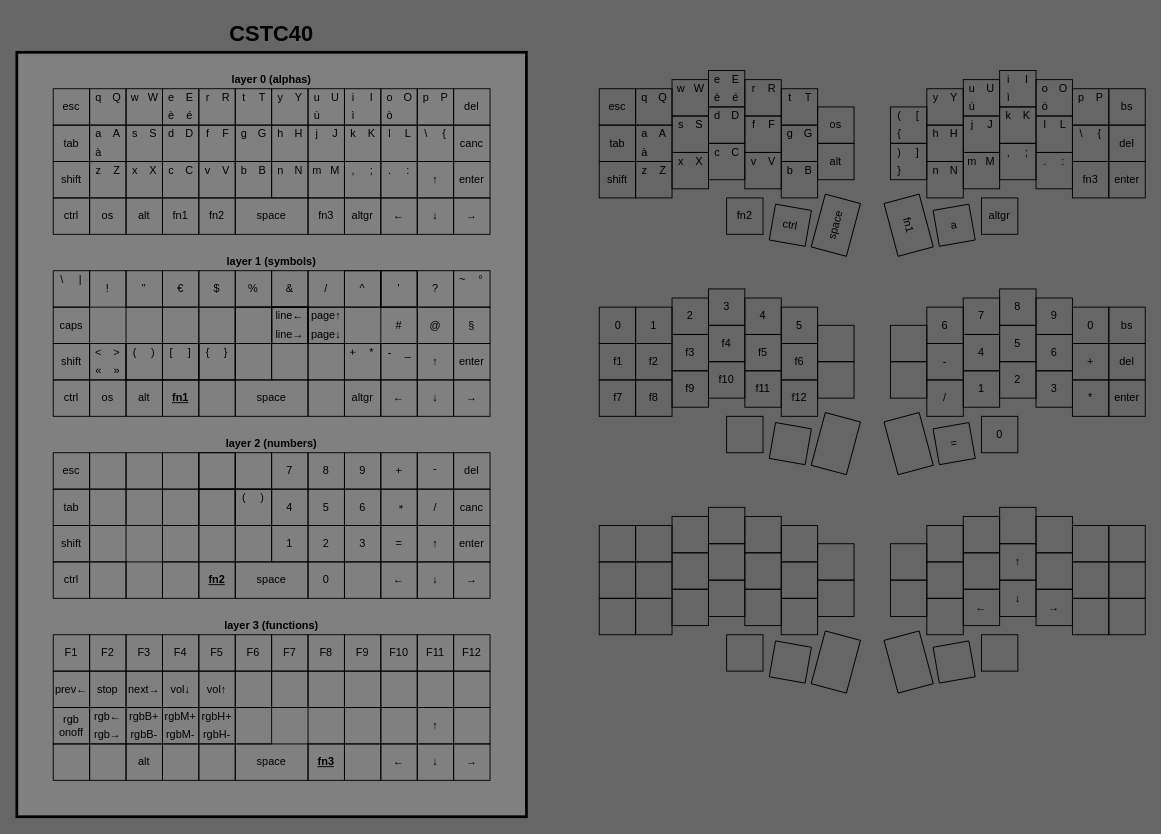
dellarosciagiorgio/crkbd keeps this draw.io diagram as layouts.dio. Above is the earlier version. Source tidied: cells renumbered, new cells numbered last; positions are measured from the earlier drawing's top-left corner, leaving out a move shared by most shapes. Both pictures are drawn from the tidied source at 91%, with x=0, y=0 at pixel (16, 15).
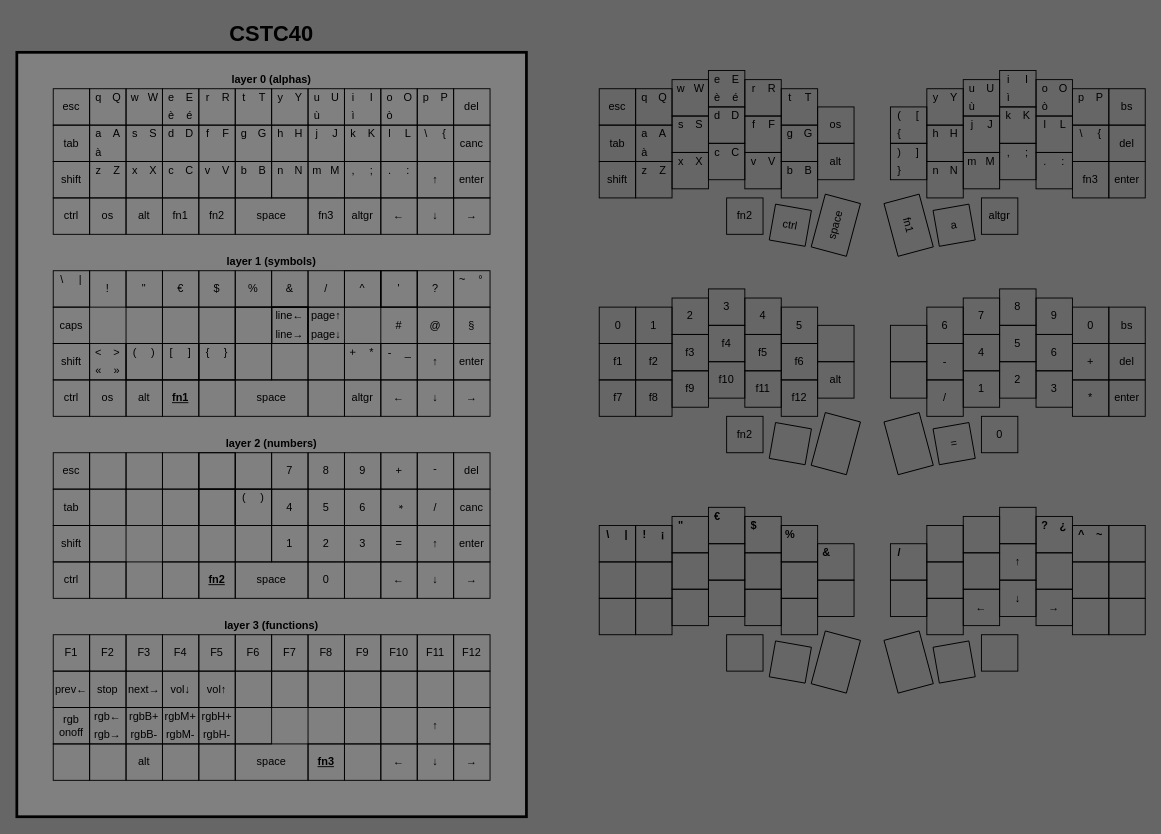
Above is the later version.

Unchanged cells that the change refers to:
```xml
<mxCell id="271" style="group;" parent="269" vertex="1">
  <mxGeometry width="840" height="240" as="geometry" />
</mxCell>
```

Diff of the diagram source:
```diff
@@
+    <mxCell id="828" value="alt" style="text;html=1;strokeColor=none;fillColor=none;align=center;verticalAlign=middle;whiteSpace=wrap;rounded=0;strokeWidth=1;fontFamily=Cascadia Code;fontColor=#000000;rotation=0;" parent="271" vertex="1">
+      <mxGeometry x="490" y="110" width="20" height="20" as="geometry" />
+    </mxCell>
+    <mxCell id="829" value="fn2" style="text;html=1;strokeColor=none;fillColor=none;align=center;verticalAlign=middle;whiteSpace=wrap;rounded=0;strokeWidth=1;fontFamily=Cascadia Code;fontColor=#000000;" parent="271" vertex="1">
+      <mxGeometry x="390" y="170" width="20" height="20" as="geometry" />
+    </mxCell>
@@
+    <mxCell id="830" value="\" style="text;html=1;strokeColor=none;fillColor=none;align=center;verticalAlign=middle;whiteSpace=wrap;rounded=0;strokeWidth=1;fontFamily=Cascadia Code;fontColor=#000000;fontStyle=1;" parent="1" vertex="1">
+      <mxGeometry x="640" y="560" width="20" height="20" as="geometry" />
+    </mxCell>
+    <mxCell id="831" value="|" style="text;html=1;strokeColor=none;fillColor=none;align=center;verticalAlign=middle;whiteSpace=wrap;rounded=0;strokeWidth=1;fontFamily=Cascadia Code;fontColor=#000000;fontStyle=1;" parent="1" vertex="1">
+      <mxGeometry x="660" y="560" width="20" height="20" as="geometry" />
+    </mxCell>
+    <mxCell id="832" value="!" style="text;html=1;strokeColor=none;fillColor=none;align=center;verticalAlign=middle;whiteSpace=wrap;rounded=0;strokeWidth=1;fontFamily=Cascadia Code;fontColor=#000000;fontStyle=1;" parent="1" vertex="1">
+      <mxGeometry x="680" y="560" width="20" height="20" as="geometry" />
+    </mxCell>
+    <mxCell id="833" value="&quot;" style="text;html=1;strokeColor=none;fillColor=none;align=center;verticalAlign=middle;whiteSpace=wrap;rounded=0;strokeWidth=1;fontFamily=Cascadia Code;fontColor=#000000;fontStyle=1;" parent="1" vertex="1">
+      <mxGeometry x="720" y="550" width="20" height="20" as="geometry" />
+    </mxCell>
+    <mxCell id="834" value="¡" style="text;html=1;strokeColor=none;fillColor=none;align=center;verticalAlign=middle;whiteSpace=wrap;rounded=0;strokeWidth=1;fontFamily=Cascadia Code;fontColor=#000000;fontStyle=1;" parent="1" vertex="1">
+      <mxGeometry x="700" y="560" width="20" height="20" as="geometry" />
+    </mxCell>
+    <mxCell id="835" value="$" style="text;html=1;strokeColor=none;fillColor=none;align=center;verticalAlign=middle;whiteSpace=wrap;rounded=0;strokeWidth=1;fontFamily=Cascadia Code;fontColor=#000000;fontStyle=1;" parent="1" vertex="1">
+      <mxGeometry x="800" y="550" width="20" height="20" as="geometry" />
+    </mxCell>
+    <mxCell id="836" value="€" style="text;html=1;strokeColor=none;fillColor=none;align=center;verticalAlign=middle;whiteSpace=wrap;rounded=0;strokeWidth=1;fontFamily=Cascadia Code;fontColor=#000000;fontStyle=1;" parent="1" vertex="1">
+      <mxGeometry x="760" y="540" width="20" height="20" as="geometry" />
+    </mxCell>
+    <mxCell id="837" value="%" style="text;html=1;strokeColor=none;fillColor=none;align=center;verticalAlign=middle;whiteSpace=wrap;rounded=0;strokeWidth=1;fontFamily=Cascadia Code;fontColor=#000000;fontStyle=1;" parent="1" vertex="1">
+      <mxGeometry x="840" y="560" width="20" height="20" as="geometry" />
+    </mxCell>
+    <mxCell id="838" value="&amp;amp;" style="text;html=1;strokeColor=none;fillColor=none;align=center;verticalAlign=middle;whiteSpace=wrap;rounded=0;strokeWidth=1;fontFamily=Cascadia Code;fontColor=#000000;fontStyle=1;" parent="1" vertex="1">
+      <mxGeometry x="880" y="580" width="20" height="20" as="geometry" />
+    </mxCell>
+    <mxCell id="839" value="/" style="text;html=1;strokeColor=none;fillColor=none;align=center;verticalAlign=middle;whiteSpace=wrap;rounded=0;strokeWidth=1;fontFamily=Cascadia Code;fontColor=#000000;fontStyle=1;" parent="1" vertex="1">
+      <mxGeometry x="960" y="580" width="20" height="20" as="geometry" />
+    </mxCell>
+    <mxCell id="840" value="?" style="text;html=1;strokeColor=none;fillColor=none;align=center;verticalAlign=middle;whiteSpace=wrap;rounded=0;strokeWidth=1;fontFamily=Cascadia Code;fontColor=#000000;fontStyle=1;" parent="1" vertex="1">
+      <mxGeometry x="1120" y="550" width="20" height="20" as="geometry" />
+    </mxCell>
+    <mxCell id="841" value="¿" style="text;html=1;strokeColor=none;fillColor=none;align=center;verticalAlign=middle;whiteSpace=wrap;rounded=0;strokeWidth=1;fontFamily=Cascadia Code;fontColor=#000000;fontStyle=1;" parent="1" vertex="1">
+      <mxGeometry x="1140" y="550" width="20" height="20" as="geometry" />
+    </mxCell>
+    <mxCell id="842" value="^" style="text;html=1;strokeColor=none;fillColor=none;align=center;verticalAlign=middle;whiteSpace=wrap;rounded=0;strokeWidth=1;fontFamily=Cascadia Code;fontColor=#000000;fontStyle=1;" parent="1" vertex="1">
+      <mxGeometry x="1160" y="560" width="20" height="20" as="geometry" />
+    </mxCell>
+    <mxCell id="843" value="~" style="text;html=1;strokeColor=none;fillColor=none;align=center;verticalAlign=middle;whiteSpace=wrap;rounded=0;strokeWidth=1;fontFamily=Cascadia Code;fontColor=#000000;fontStyle=1;" parent="1" vertex="1">
+      <mxGeometry x="1180" y="560" width="20" height="20" as="geometry" />
+    </mxCell>
```
